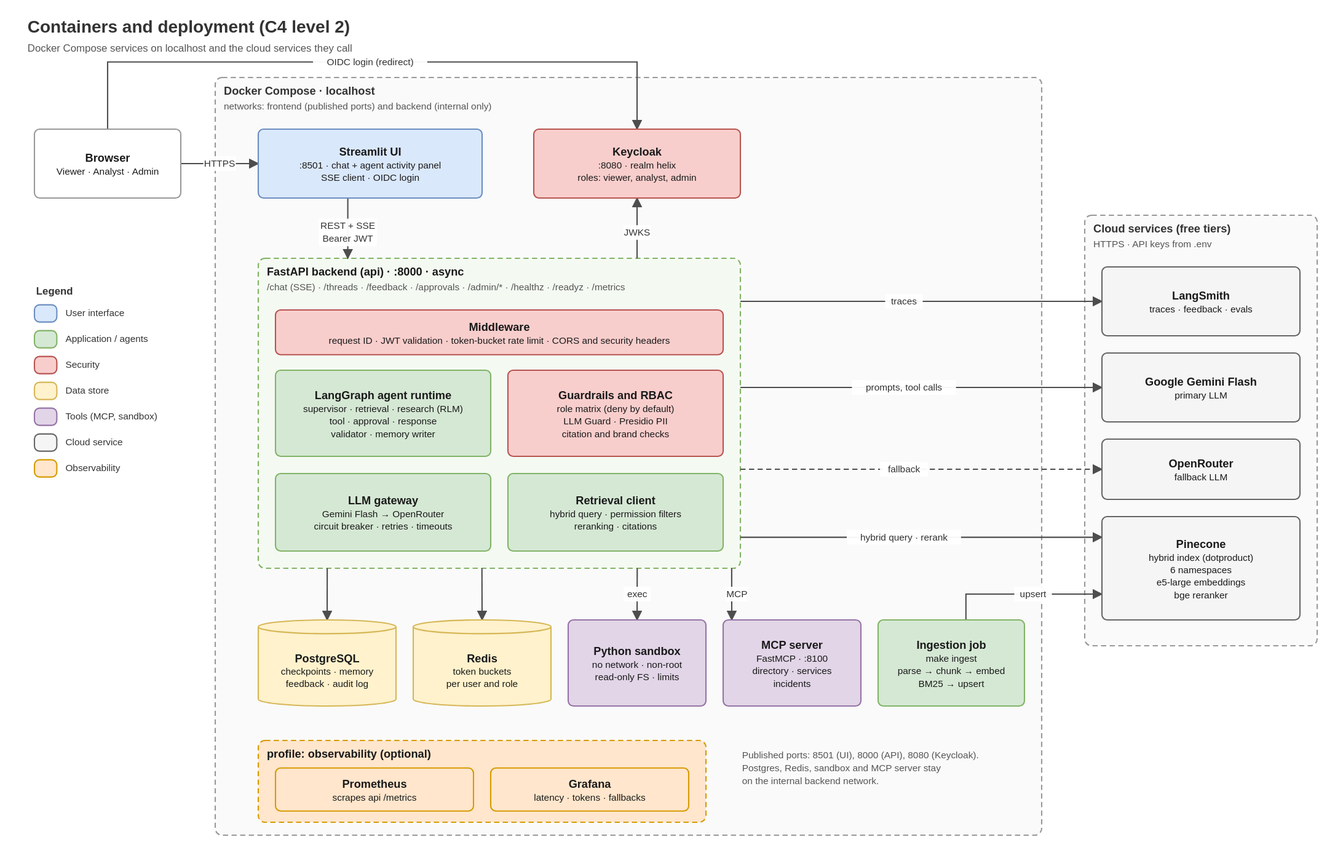
Above: docs/architecture/02-containers.drawio.svg in madukawala/enterprise-knowledge-agent (draw.io), before the change. Source tidied: cells renumbered, new cells last; positions are measured from the earlier drawing's top-left corner, leaving out a move shared by most shapes.
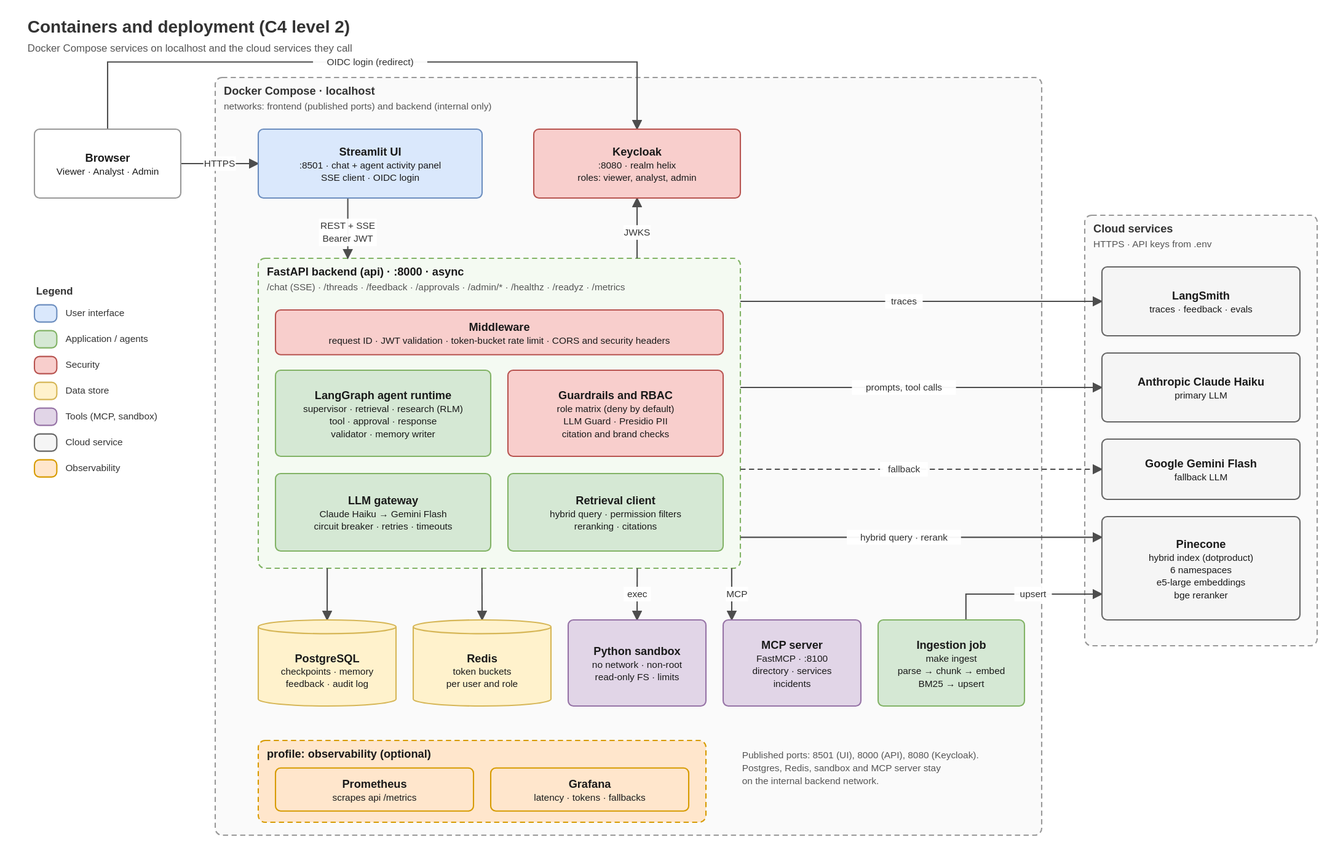
Above is the later version.

Change to the diagram source:
```diff
@@ -11,7 +11,7 @@
     <mxCell id="4" value="&lt;b&gt;profile: observability (optional)&lt;/b&gt;" style="html=1;whiteSpace=wrap;fontFamily=Helvetica;fontSize=13;fontColor=#1A1A1A;rounded=1;absoluteArcSize=1;arcSize=16;dashed=1;dashPattern=6 4;fillColor=#FFE6CC;strokeColor=#D79B00;verticalAlign=top;align=left;spacingLeft=10;spacingTop=4;" parent="1" vertex="1">
       <mxGeometry x="270" y="842" width="520" height="95" as="geometry" />
     </mxCell>
-    <mxCell id="5" value="&lt;b&gt;Cloud services (free tiers)&lt;/b&gt;&lt;br&gt;&lt;span style=&quot;font-size:11px&quot;&gt;HTTPS · API keys from .env&lt;/span&gt;" style="html=1;whiteSpace=wrap;fontFamily=Helvetica;fontSize=13;fontColor=#333333;rounded=1;absoluteArcSize=1;arcSize=16;dashed=1;dashPattern=6 4;fillColor=#FAFAFA;strokeColor=#999999;verticalAlign=top;align=left;spacingLeft=10;spacingTop=4;" parent="1" vertex="1">
+    <mxCell id="5" value="&lt;b&gt;Cloud services&lt;/b&gt;&lt;br&gt;&lt;span style=&quot;font-size:11px&quot;&gt;HTTPS · API keys from .env&lt;/span&gt;" style="html=1;whiteSpace=wrap;fontFamily=Helvetica;fontSize=13;fontColor=#333333;rounded=1;absoluteArcSize=1;arcSize=16;dashed=1;dashPattern=6 4;fillColor=#FAFAFA;strokeColor=#999999;verticalAlign=top;align=left;spacingLeft=10;spacingTop=4;" parent="1" vertex="1">
       <mxGeometry x="1230" y="232" width="270" height="500" as="geometry" />
     </mxCell>
     <mxCell id="6" value="&lt;b&gt;Containers and deployment (C4 level 2)&lt;/b&gt;" style="text;html=1;whiteSpace=wrap;fontFamily=Helvetica;fontSize=20;fontColor=#333333;align=left;verticalAlign=top;strokeColor=none;fillColor=none;" parent="1" vertex="1">
@@ -38,7 +38,7 @@
     <mxCell id="13" value="&lt;b&gt;Guardrails and RBAC&lt;/b&gt;&lt;br&gt;&lt;span style=&quot;font-size:11px&quot;&gt;role matrix (deny by default)&lt;br&gt;LLM Guard · Presidio PII&lt;br&gt;citation and brand checks&lt;/span&gt;" style="html=1;whiteSpace=wrap;fontFamily=Helvetica;fontSize=13;fontColor=#1A1A1A;rounded=1;absoluteArcSize=1;arcSize=12;fillColor=#F8CECC;strokeColor=#B85450;strokeWidth=1.5;align=center;" parent="1" vertex="1">
       <mxGeometry x="560" y="412" width="250" height="100" as="geometry" />
     </mxCell>
-    <mxCell id="14" value="&lt;b&gt;LLM gateway&lt;/b&gt;&lt;br&gt;&lt;span style=&quot;font-size:11px&quot;&gt;Gemini Flash → OpenRouter&lt;br&gt;circuit breaker · retries · timeouts&lt;/span&gt;" style="html=1;whiteSpace=wrap;fontFamily=Helvetica;fontSize=13;fontColor=#1A1A1A;rounded=1;absoluteArcSize=1;arcSize=12;fillColor=#D5E8D4;strokeColor=#82B366;strokeWidth=1.5;align=center;" parent="1" vertex="1">
+    <mxCell id="14" value="&lt;b&gt;LLM gateway&lt;/b&gt;&lt;br&gt;&lt;span style=&quot;font-size:11px&quot;&gt;Claude Haiku → Gemini Flash&lt;br&gt;circuit breaker · retries · timeouts&lt;/span&gt;" style="html=1;whiteSpace=wrap;fontFamily=Helvetica;fontSize=13;fontColor=#1A1A1A;rounded=1;absoluteArcSize=1;arcSize=12;fillColor=#D5E8D4;strokeColor=#82B366;strokeWidth=1.5;align=center;" parent="1" vertex="1">
       <mxGeometry x="290" y="532" width="250" height="90" as="geometry" />
     </mxCell>
     <mxCell id="15" value="&lt;b&gt;Retrieval client&lt;/b&gt;&lt;br&gt;&lt;span style=&quot;font-size:11px&quot;&gt;hybrid query · permission filters&lt;br&gt;reranking · citations&lt;/span&gt;" style="html=1;whiteSpace=wrap;fontFamily=Helvetica;fontSize=13;fontColor=#1A1A1A;rounded=1;absoluteArcSize=1;arcSize=12;fillColor=#D5E8D4;strokeColor=#82B366;strokeWidth=1.5;align=center;" parent="1" vertex="1">
@@ -71,10 +71,10 @@
     <mxCell id="24" value="&lt;b&gt;LangSmith&lt;/b&gt;&lt;br&gt;&lt;span style=&quot;font-size:11px&quot;&gt;traces · feedback · evals&lt;/span&gt;" style="html=1;whiteSpace=wrap;fontFamily=Helvetica;fontSize=13;fontColor=#1A1A1A;rounded=1;absoluteArcSize=1;arcSize=12;fillColor=#F5F5F5;strokeColor=#666666;strokeWidth=1.5;align=center;" parent="1" vertex="1">
       <mxGeometry x="1250" y="292" width="230" height="80" as="geometry" />
     </mxCell>
-    <mxCell id="25" value="&lt;b&gt;Google Gemini Flash&lt;/b&gt;&lt;br&gt;&lt;span style=&quot;font-size:11px&quot;&gt;primary LLM&lt;/span&gt;" style="html=1;whiteSpace=wrap;fontFamily=Helvetica;fontSize=13;fontColor=#1A1A1A;rounded=1;absoluteArcSize=1;arcSize=12;fillColor=#F5F5F5;strokeColor=#666666;strokeWidth=1.5;align=center;" parent="1" vertex="1">
+    <mxCell id="25" value="&lt;b&gt;Anthropic Claude Haiku&lt;/b&gt;&lt;br&gt;&lt;span style=&quot;font-size:11px&quot;&gt;primary LLM&lt;/span&gt;" style="html=1;whiteSpace=wrap;fontFamily=Helvetica;fontSize=13;fontColor=#1A1A1A;rounded=1;absoluteArcSize=1;arcSize=12;fillColor=#F5F5F5;strokeColor=#666666;strokeWidth=1.5;align=center;" parent="1" vertex="1">
       <mxGeometry x="1250" y="392" width="230" height="80" as="geometry" />
     </mxCell>
-    <mxCell id="26" value="&lt;b&gt;OpenRouter&lt;/b&gt;&lt;br&gt;&lt;span style=&quot;font-size:11px&quot;&gt;fallback LLM&lt;/span&gt;" style="html=1;whiteSpace=wrap;fontFamily=Helvetica;fontSize=13;fontColor=#1A1A1A;rounded=1;absoluteArcSize=1;arcSize=12;fillColor=#F5F5F5;strokeColor=#666666;strokeWidth=1.5;align=center;" parent="1" vertex="1">
+    <mxCell id="26" value="&lt;b&gt;Google Gemini Flash&lt;/b&gt;&lt;br&gt;&lt;span style=&quot;font-size:11px&quot;&gt;fallback LLM&lt;/span&gt;" style="html=1;whiteSpace=wrap;fontFamily=Helvetica;fontSize=13;fontColor=#1A1A1A;rounded=1;absoluteArcSize=1;arcSize=12;fillColor=#F5F5F5;strokeColor=#666666;strokeWidth=1.5;align=center;" parent="1" vertex="1">
       <mxGeometry x="1250" y="492" width="230" height="70" as="geometry" />
     </mxCell>
     <mxCell id="27" value="&lt;b&gt;Pinecone&lt;/b&gt;&lt;br&gt;&lt;span style=&quot;font-size:11px&quot;&gt;hybrid index (dotproduct)&lt;br&gt;6 namespaces&lt;br&gt;e5-large embeddings&lt;br&gt;bge reranker&lt;/span&gt;" style="html=1;whiteSpace=wrap;fontFamily=Helvetica;fontSize=13;fontColor=#1A1A1A;rounded=1;absoluteArcSize=1;arcSize=12;fillColor=#F5F5F5;strokeColor=#666666;strokeWidth=1.5;align=center;" parent="1" vertex="1">
```
